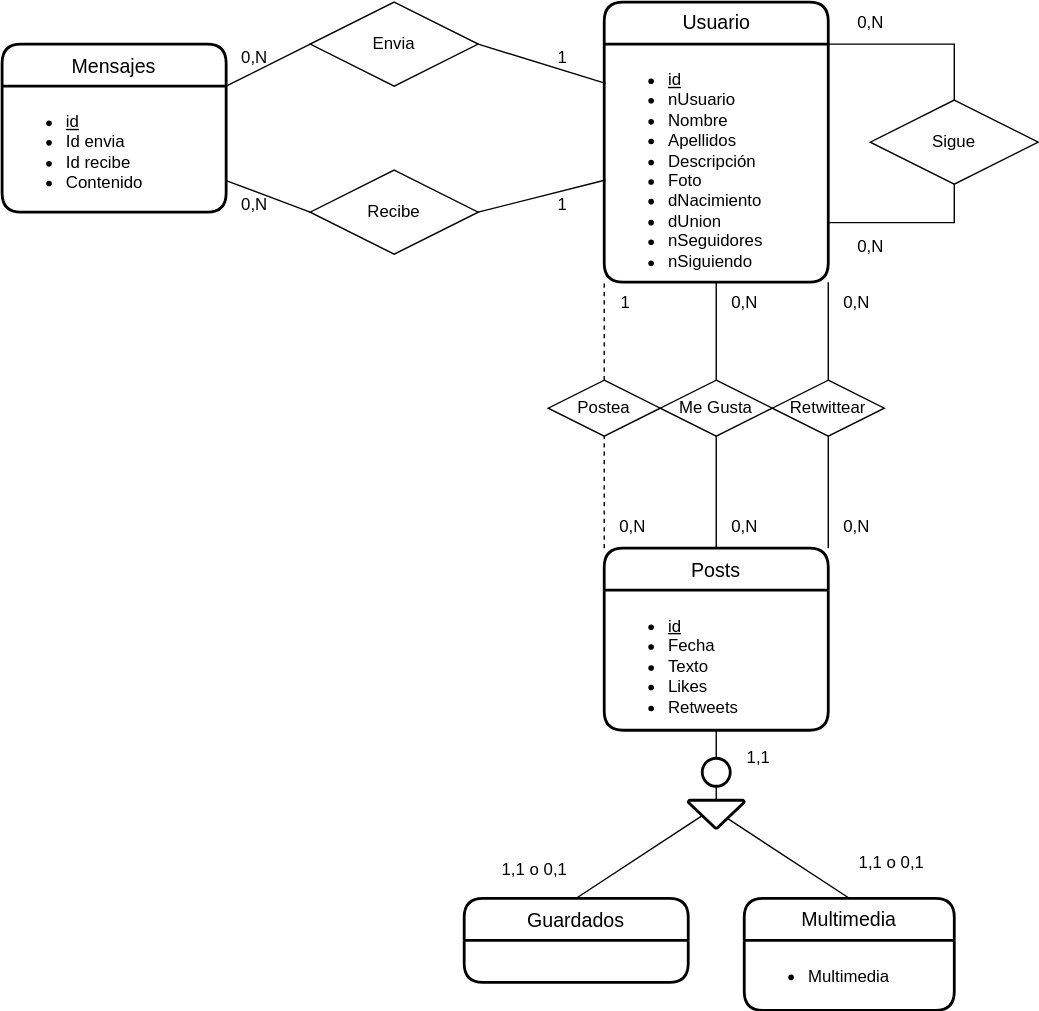
Before: UD12-16.svg, a diagram exported from draw.io (Jimxx22/C3-UD11-UML). Source tidied: cells renumbered, new cells last; positions are measured from the earlier drawing's top-left corner, leaving out a move shared by most shapes.
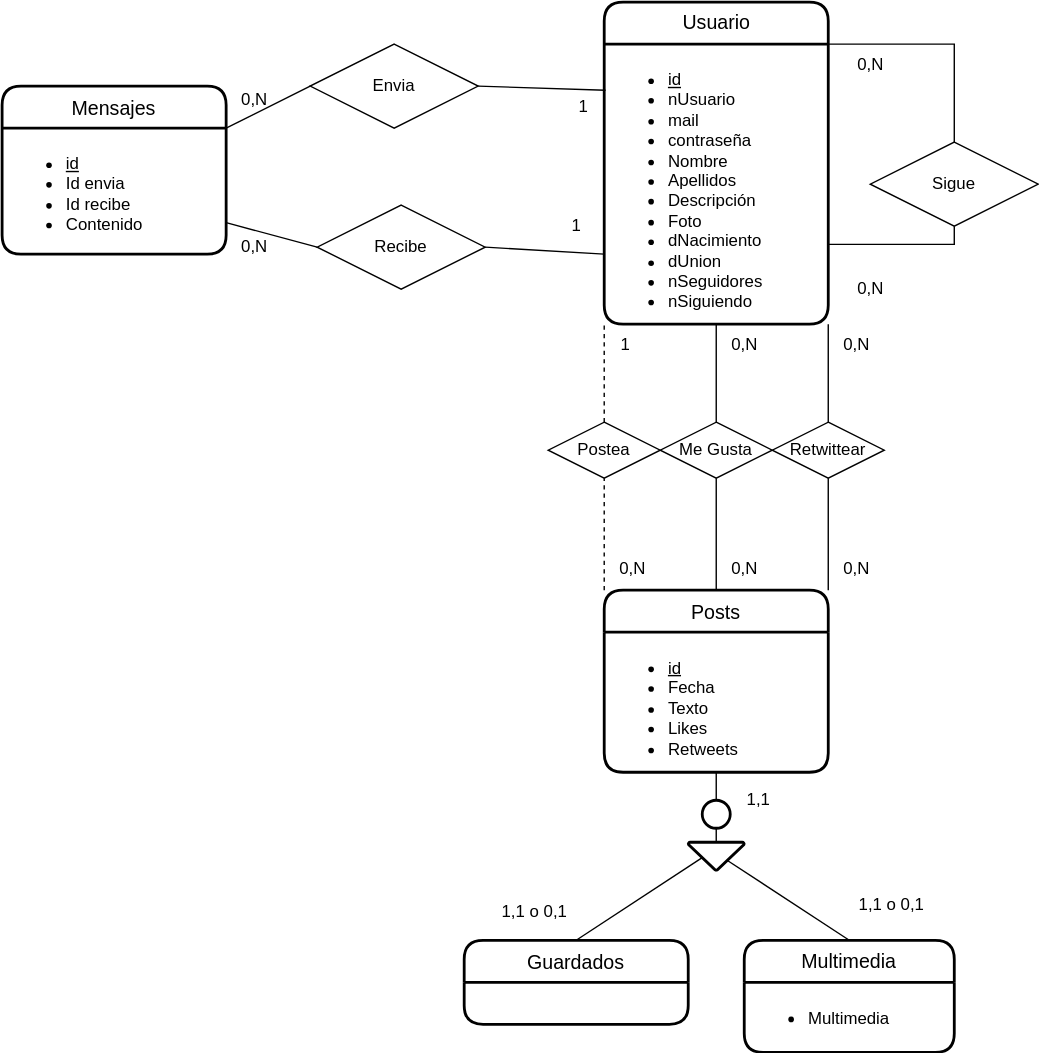
Above is the later version.

What changed in the source:
```diff
@@ -3,10 +3,10 @@
     <mxCell id="0" />
     <mxCell id="1" parent="0" />
     <mxCell id="2" value="Usuario" style="swimlane;horizontal=1;startSize=30;rounded=1;fontSize=14;fontStyle=0;strokeWidth=2;shadow=0;dashed=0;align=center;labelBackgroundColor=none;html=1;" parent="1" vertex="1">
-      <mxGeometry x="430" width="160" height="200" as="geometry" />
+      <mxGeometry x="430" y="-30" width="160" height="230" as="geometry" />
     </mxCell>
-    <mxCell id="3" value="&lt;ul&gt;&lt;li&gt;&lt;u&gt;id&lt;/u&gt;&lt;/li&gt;&lt;li&gt;nUsuario&lt;/li&gt;&lt;li&gt;Nombre&lt;/li&gt;&lt;li&gt;Apellidos&lt;/li&gt;&lt;li&gt;Descripción&lt;/li&gt;&lt;li&gt;Foto&lt;/li&gt;&lt;li&gt;dNacimiento&lt;/li&gt;&lt;li&gt;dUnion&lt;/li&gt;&lt;li&gt;nSeguidores&lt;/li&gt;&lt;li&gt;nSiguiendo&lt;/li&gt;&lt;/ul&gt;" style="align=left;strokeColor=none;fillColor=none;spacingLeft=4;fontSize=12;verticalAlign=top;labelBackgroundColor=none;html=1;" parent="2" vertex="1">
-      <mxGeometry y="30" width="160" height="170" as="geometry" />
+    <mxCell id="3" value="&lt;ul&gt;&lt;li&gt;&lt;u&gt;id&lt;/u&gt;&lt;/li&gt;&lt;li&gt;nUsuario&lt;/li&gt;&lt;li&gt;mail&lt;/li&gt;&lt;li&gt;contraseña&lt;/li&gt;&lt;li&gt;Nombre&lt;/li&gt;&lt;li&gt;Apellidos&lt;/li&gt;&lt;li&gt;Descripción&lt;/li&gt;&lt;li&gt;Foto&lt;/li&gt;&lt;li&gt;dNacimiento&lt;/li&gt;&lt;li&gt;dUnion&lt;/li&gt;&lt;li&gt;nSeguidores&lt;/li&gt;&lt;li&gt;nSiguiendo&lt;/li&gt;&lt;/ul&gt;" style="align=left;strokeColor=none;fillColor=none;spacingLeft=4;fontSize=12;verticalAlign=top;labelBackgroundColor=none;html=1;" parent="2" vertex="1">
+      <mxGeometry y="30" width="160" height="200" as="geometry" />
     </mxCell>
     <mxCell id="4" value="Posts" style="swimlane;horizontal=1;startSize=30;rounded=1;fontSize=14;fontStyle=0;strokeWidth=2;shadow=0;dashed=0;align=center;" parent="1" vertex="1">
       <mxGeometry x="430" y="390" width="160" height="130" as="geometry" />
@@ -33,7 +33,7 @@
       <mxGeometry relative="1" as="geometry" />
     </mxCell>
     <mxCell id="12" value="Recibe" style="shape=rhombus;perimeter=rhombusPerimeter;whiteSpace=wrap;html=1;align=center;labelBackgroundColor=none;" parent="1" vertex="1">
-      <mxGeometry x="220" y="120" width="120" height="60" as="geometry" />
+      <mxGeometry x="225" y="115" width="120" height="60" as="geometry" />
     </mxCell>
     <mxCell id="13" value="Sigue" style="shape=rhombus;perimeter=rhombusPerimeter;whiteSpace=wrap;html=1;align=center;" parent="1" vertex="1">
       <mxGeometry x="620" y="70" width="120" height="60" as="geometry" />
@@ -42,12 +42,16 @@
       <mxGeometry x="220" width="120" height="60" as="geometry" />
     </mxCell>
     <mxCell id="15" style="edgeStyle=orthogonalEdgeStyle;rounded=0;jettySize=auto;html=1;exitX=1;exitY=0.75;exitDx=0;exitDy=0;entryX=0.5;entryY=1;entryDx=0;entryDy=0;endArrow=none;endFill=0;" parent="1" edge="1" source="3" target="13">
-      <mxGeometry relative="1" as="geometry" />
+      <mxGeometry relative="1" as="geometry">
+        <Array as="points">
+          <mxPoint x="680" y="143" />
+        </Array>
+      </mxGeometry>
     </mxCell>
     <mxCell id="16" style="endArrow=none;html=1;rounded=0;labelBackgroundColor=none;entryX=0;entryY=0.5;entryDx=0;entryDy=0;exitX=1;exitY=0;exitDx=0;exitDy=0;" parent="1" edge="1" source="7" target="14">
       <mxGeometry relative="1" as="geometry" />
     </mxCell>
-    <mxCell id="17" style="endArrow=none;html=1;rounded=0;labelBackgroundColor=none;entryX=0.006;entryY=0.571;entryDx=0;entryDy=0;exitX=1;exitY=0.5;exitDx=0;exitDy=0;entryPerimeter=0;" parent="1" edge="1" source="12" target="3">
+    <mxCell id="17" style="endArrow=none;html=1;rounded=0;labelBackgroundColor=none;entryX=0;entryY=0.75;entryDx=0;entryDy=0;exitX=1;exitY=0.5;exitDx=0;exitDy=0;" parent="1" edge="1" source="12" target="3">
       <mxGeometry relative="1" as="geometry" />
     </mxCell>
     <mxCell id="18" style="endArrow=none;html=1;rounded=0;labelBackgroundColor=none;entryX=0.006;entryY=0.165;entryDx=0;entryDy=0;exitX=1;exitY=0.5;exitDx=0;exitDy=0;entryPerimeter=0;" parent="1" edge="1" source="14" target="3">
@@ -56,7 +60,7 @@
     <mxCell id="19" style="endArrow=none;html=1;rounded=0;labelBackgroundColor=none;entryX=0.5;entryY=0;entryDx=0;entryDy=0;exitX=1;exitY=0;exitDx=0;exitDy=0;" parent="1" edge="1" source="3" target="13">
       <mxGeometry relative="1" as="geometry">
         <Array as="points">
-          <mxPoint x="680" y="30" />
+          <mxPoint x="680" />
         </Array>
       </mxGeometry>
     </mxCell>
@@ -103,7 +107,7 @@
       <mxGeometry relative="1" as="geometry" />
     </mxCell>
     <mxCell id="34" value="1" style="text;html=1;align=center;verticalAlign=middle;strokeColor=none;fillColor=none;" parent="1" vertex="1">
-      <mxGeometry x="385" y="25" width="30" height="30" as="geometry" />
+      <mxGeometry x="400" y="30" width="30" height="30" as="geometry" />
     </mxCell>
     <mxCell id="35" style="endArrow=none;html=1;rounded=0;labelBackgroundColor=none;entryX=0.5;entryY=1;entryDx=0;entryDy=0;entryPerimeter=0;exitX=0.5;exitY=0;exitDx=0;exitDy=0;exitPerimeter=0;" parent="1" edge="1" source="29" target="31">
       <mxGeometry relative="1" as="geometry" />
@@ -115,7 +119,7 @@
       <mxGeometry relative="1" as="geometry" />
     </mxCell>
     <mxCell id="38" value="1" style="text;html=1;align=center;verticalAlign=middle;strokeColor=none;fillColor=none;" parent="1" vertex="1">
-      <mxGeometry x="385" y="130" width="30" height="30" as="geometry" />
+      <mxGeometry x="395" y="115" width="30" height="30" as="geometry" />
     </mxCell>
     <mxCell id="39" style="endArrow=none;html=1;rounded=0;labelBackgroundColor=none;entryX=0.5;entryY=0;entryDx=0;entryDy=0;exitX=0.7;exitY=0.65;exitDx=0;exitDy=0;exitPerimeter=0;" parent="1" edge="1" source="29" target="9">
       <mxGeometry relative="1" as="geometry" />
```
